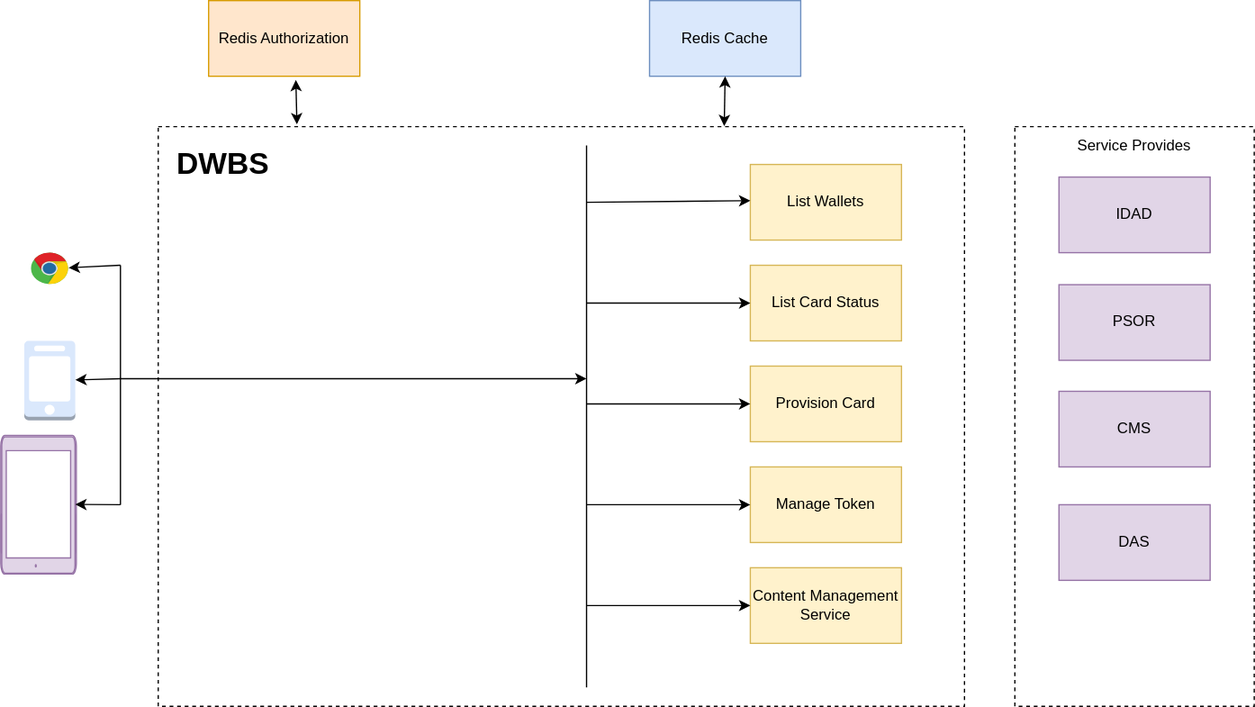
This is WF_DWBS_MICROSERVICES.drawio.svg from uchiharizvi/design-diagrams, a draw.io export, as it was before one commit. Source tidied: cells renumbered, new cells last; positions are measured from the earlier drawing's top-left corner, leaving out a move shared by most shapes. Source of this version:
```xml
<mxGraphModel>
  <root>
    <mxCell id="0" />
    <mxCell id="1" parent="0" />
    <mxCell id="2" style="rounded=0;whiteSpace=wrap;html=1;dashed=1;" parent="1" vertex="1">
      <mxGeometry x="150" y="100" width="640" height="460" as="geometry" />
    </mxCell>
    <mxCell id="3" value="&lt;h1&gt;DWBS&lt;/h1&gt;" style="text;html=1;spacing=5;spacingTop=-20;whiteSpace=wrap;overflow=hidden;rounded=0;" parent="1" vertex="1">
      <mxGeometry x="160" y="110" width="90" height="40" as="geometry" />
    </mxCell>
    <mxCell id="4" value="List Wallets" style="rounded=0;whiteSpace=wrap;html=1;fillColor=#fff2cc;strokeColor=#d6b656;" parent="1" vertex="1">
      <mxGeometry x="620" y="130" width="120" height="60" as="geometry" />
    </mxCell>
    <mxCell id="5" value="List Card Status" style="rounded=0;whiteSpace=wrap;html=1;fillColor=#fff2cc;strokeColor=#d6b656;" parent="1" vertex="1">
      <mxGeometry x="620" y="210" width="120" height="60" as="geometry" />
    </mxCell>
    <mxCell id="6" value="Provision Card" style="rounded=0;whiteSpace=wrap;html=1;fillColor=#fff2cc;strokeColor=#d6b656;" parent="1" vertex="1">
      <mxGeometry x="620" y="290" width="120" height="60" as="geometry" />
    </mxCell>
    <mxCell id="7" value="Manage Token" style="rounded=0;whiteSpace=wrap;html=1;fillColor=#fff2cc;strokeColor=#d6b656;" parent="1" vertex="1">
      <mxGeometry x="620" y="370" width="120" height="60" as="geometry" />
    </mxCell>
    <mxCell id="8" value="Content Management Service" style="rounded=0;whiteSpace=wrap;html=1;fillColor=#fff2cc;strokeColor=#d6b656;" parent="1" vertex="1">
      <mxGeometry x="620" y="450" width="120" height="60" as="geometry" />
    </mxCell>
    <mxCell id="9" style="outlineConnect=0;dashed=0;verticalLabelPosition=bottom;verticalAlign=top;align=center;html=1;shape=mxgraph.aws3.mobile_client;fillColor=#dae8fc;strokeColor=#6c8ebf;" parent="1" vertex="1">
      <mxGeometry x="43.6" y="270" width="40.5" height="63" as="geometry" />
    </mxCell>
    <mxCell id="10" style="verticalLabelPosition=bottom;verticalAlign=top;html=1;shadow=0;dashed=0;strokeWidth=1;shape=mxgraph.android.tab2;strokeColor=#9673a6;fillColor=#e1d5e7;rotation=90;" parent="1" vertex="1">
      <mxGeometry y="370" width="110" height="60" as="geometry" />
    </mxCell>
    <mxCell id="11" style="endArrow=none;html=1;rounded=0;" parent="1" edge="1">
      <mxGeometry relative="1" as="geometry">
        <mxPoint x="120" y="400" as="sourcePoint" />
        <mxPoint x="120" y="210" as="targetPoint" />
      </mxGeometry>
    </mxCell>
    <mxCell id="12" style="endArrow=none;html=1;rounded=0;" parent="1" edge="1">
      <mxGeometry relative="1" as="geometry">
        <mxPoint x="490" y="545" as="sourcePoint" />
        <mxPoint x="490" y="115" as="targetPoint" />
      </mxGeometry>
    </mxCell>
    <mxCell id="13" style="endArrow=classic;html=1;rounded=0;" parent="1" edge="1" target="17">
      <mxGeometry relative="1" as="geometry">
        <mxPoint x="120" y="210" as="sourcePoint" />
      </mxGeometry>
    </mxCell>
    <mxCell id="14" style="endArrow=classic;html=1;rounded=0;entryX=0;entryY=0.479;entryDx=0;entryDy=0;entryPerimeter=0;" parent="1" edge="1" target="4">
      <mxGeometry relative="1" as="geometry">
        <mxPoint x="490" y="160" as="sourcePoint" />
      </mxGeometry>
    </mxCell>
    <mxCell id="15" style="endArrow=classic;html=1;rounded=0;" parent="1" edge="1" target="9">
      <mxGeometry relative="1" as="geometry">
        <mxPoint x="120" y="300" as="sourcePoint" />
      </mxGeometry>
    </mxCell>
    <mxCell id="16" style="endArrow=classic;html=1;rounded=0;entryX=0.498;entryY=0.015;entryDx=0;entryDy=0;entryPerimeter=0;" parent="1" edge="1" target="10">
      <mxGeometry relative="1" as="geometry">
        <mxPoint x="120" y="400" as="sourcePoint" />
      </mxGeometry>
    </mxCell>
    <mxCell id="17" style="dashed=0;outlineConnect=0;html=1;align=center;labelPosition=center;verticalLabelPosition=bottom;verticalAlign=top;shape=mxgraph.weblogos.chrome;" parent="1" vertex="1">
      <mxGeometry x="49" y="200" width="29.8" height="25.4" as="geometry" />
    </mxCell>
    <mxCell id="18" style="endArrow=classic;html=1;rounded=0;entryX=0;entryY=0.5;entryDx=0;entryDy=0;" parent="1" edge="1" target="5">
      <mxGeometry relative="1" as="geometry">
        <mxPoint x="490" y="240" as="sourcePoint" />
      </mxGeometry>
    </mxCell>
    <mxCell id="19" style="endArrow=classic;html=1;rounded=0;entryX=0;entryY=0.5;entryDx=0;entryDy=0;" parent="1" edge="1" target="6">
      <mxGeometry relative="1" as="geometry">
        <mxPoint x="490" y="320" as="sourcePoint" />
      </mxGeometry>
    </mxCell>
    <mxCell id="20" style="endArrow=classic;html=1;rounded=0;entryX=0;entryY=0.5;entryDx=0;entryDy=0;" parent="1" edge="1" target="7">
      <mxGeometry relative="1" as="geometry">
        <mxPoint x="490" y="400" as="sourcePoint" />
      </mxGeometry>
    </mxCell>
    <mxCell id="21" style="endArrow=classic;html=1;rounded=0;entryX=0;entryY=0.5;entryDx=0;entryDy=0;" parent="1" edge="1" target="8">
      <mxGeometry relative="1" as="geometry">
        <mxPoint x="490" y="480" as="sourcePoint" />
      </mxGeometry>
    </mxCell>
    <mxCell id="22" style="endArrow=classic;html=1;rounded=0;" parent="1" edge="1">
      <mxGeometry relative="1" as="geometry">
        <mxPoint x="120" y="300" as="sourcePoint" />
        <mxPoint x="490" y="300" as="targetPoint" />
      </mxGeometry>
    </mxCell>
    <mxCell id="23" value="Redis Authorization" style="rounded=0;whiteSpace=wrap;html=1;fillColor=#ffe6cc;strokeColor=#d79b00;" parent="1" vertex="1">
      <mxGeometry x="190" width="120" height="60" as="geometry" />
    </mxCell>
    <mxCell id="24" value="Redis Cache" style="rounded=0;whiteSpace=wrap;html=1;fillColor=#dae8fc;strokeColor=#6c8ebf;" parent="1" vertex="1">
      <mxGeometry x="540" width="120" height="60" as="geometry" />
    </mxCell>
    <mxCell id="25" style="endArrow=classic;startArrow=classic;html=1;rounded=0;exitX=0.172;exitY=-0.004;exitDx=0;exitDy=0;exitPerimeter=0;entryX=0.577;entryY=1.048;entryDx=0;entryDy=0;entryPerimeter=0;" parent="1" edge="1" source="2" target="23">
      <mxGeometry relative="1" as="geometry" />
    </mxCell>
    <mxCell id="26" style="endArrow=classic;startArrow=classic;html=1;rounded=0;exitX=0.702;exitY=-0.001;exitDx=0;exitDy=0;exitPerimeter=0;entryX=0.5;entryY=1;entryDx=0;entryDy=0;" parent="1" edge="1" source="2" target="24">
      <mxGeometry relative="1" as="geometry" />
    </mxCell>
    <mxCell id="27" style="rounded=0;whiteSpace=wrap;html=1;dashed=1;" parent="1" vertex="1">
      <mxGeometry x="830" y="100" width="190" height="460" as="geometry" />
    </mxCell>
    <mxCell id="28" value="Service Provides" style="text;html=1;align=center;verticalAlign=middle;whiteSpace=wrap;rounded=0;" parent="1" vertex="1">
      <mxGeometry x="840" y="100" width="170" height="30" as="geometry" />
    </mxCell>
    <mxCell id="29" value="IDAD" style="rounded=0;whiteSpace=wrap;html=1;fillColor=#e1d5e7;strokeColor=#9673a6;" parent="1" vertex="1">
      <mxGeometry x="865" y="140" width="120" height="60" as="geometry" />
    </mxCell>
    <mxCell id="30" value="PSOR" style="rounded=0;whiteSpace=wrap;html=1;fillColor=#e1d5e7;strokeColor=#9673a6;" parent="1" vertex="1">
      <mxGeometry x="865" y="225.4" width="120" height="60" as="geometry" />
    </mxCell>
    <mxCell id="31" value="CMS" style="rounded=0;whiteSpace=wrap;html=1;fillColor=#e1d5e7;strokeColor=#9673a6;" parent="1" vertex="1">
      <mxGeometry x="865" y="310" width="120" height="60" as="geometry" />
    </mxCell>
    <mxCell id="32" value="DAS" style="rounded=0;whiteSpace=wrap;html=1;fillColor=#e1d5e7;strokeColor=#9673a6;" parent="1" vertex="1">
      <mxGeometry x="865" y="400" width="120" height="60" as="geometry" />
    </mxCell>
  </root>
</mxGraphModel>
```
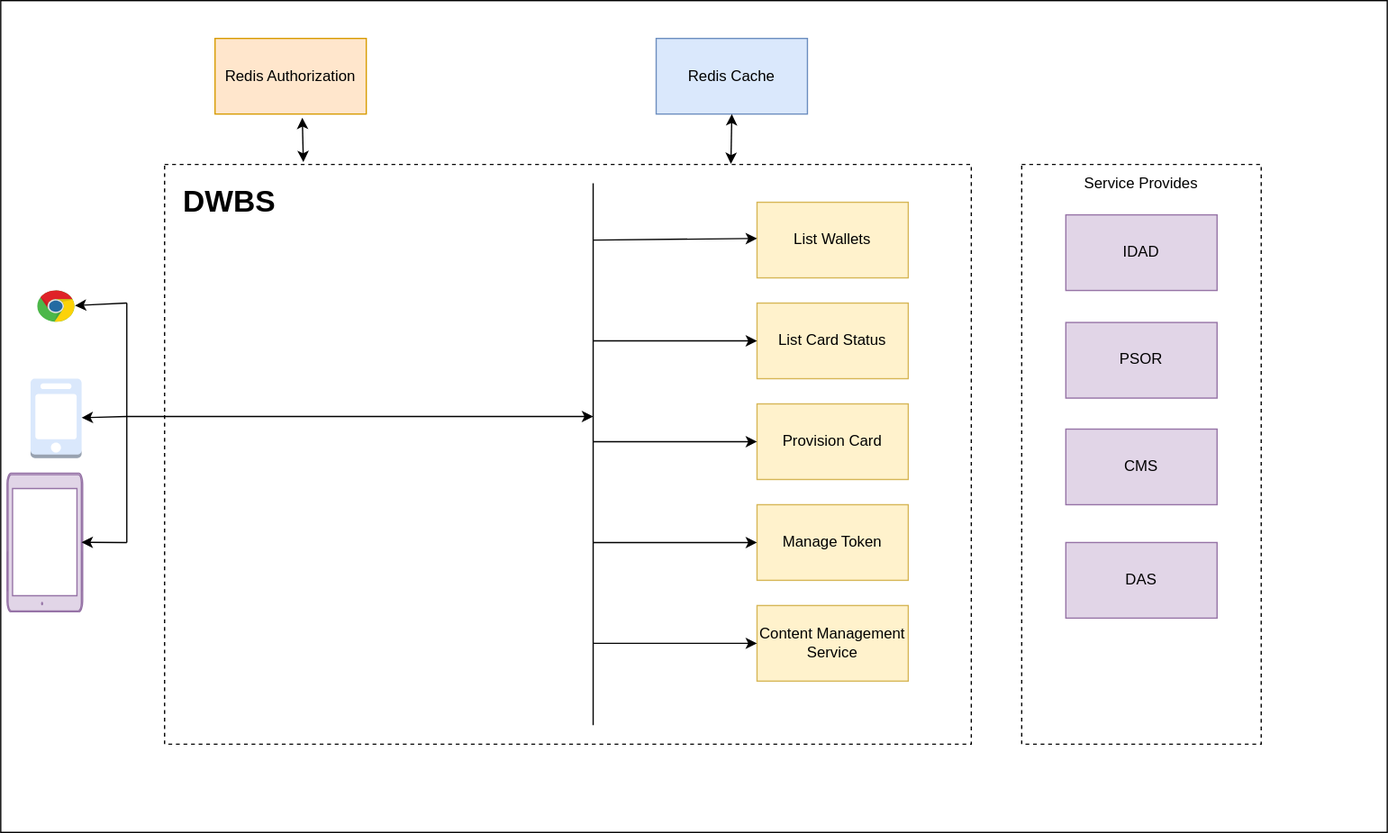
Later version of the same file.

Diff of the diagram source:
```diff
@@ -2,6 +2,9 @@
   <root>
     <mxCell id="0" />
     <mxCell id="1" parent="0" />
+    <mxCell id="33" style="rounded=0;whiteSpace=wrap;html=1;" parent="1" vertex="1">
+      <mxGeometry x="20" y="-30" width="1100" height="660" as="geometry" />
+    </mxCell>
     <mxCell id="2" style="rounded=0;whiteSpace=wrap;html=1;dashed=1;" parent="1" vertex="1">
       <mxGeometry x="150" y="100" width="640" height="460" as="geometry" />
     </mxCell>
```
